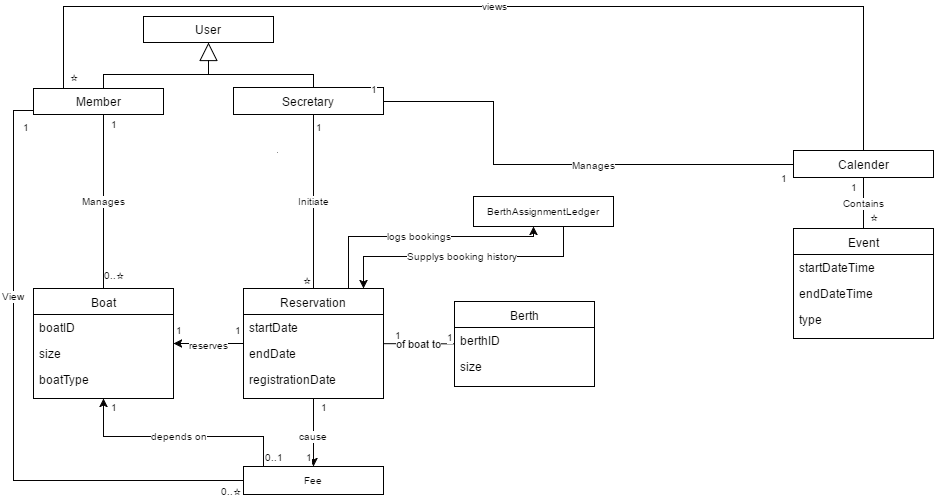
Above: workshop1/the happy pirate grade 2 final.png in Fredriko83/1dv607 (draw.io), before the change. Source tidied: cells renumbered, new cells last; positions are measured from the earlier drawing's top-left corner, leaving out a move shared by most shapes.
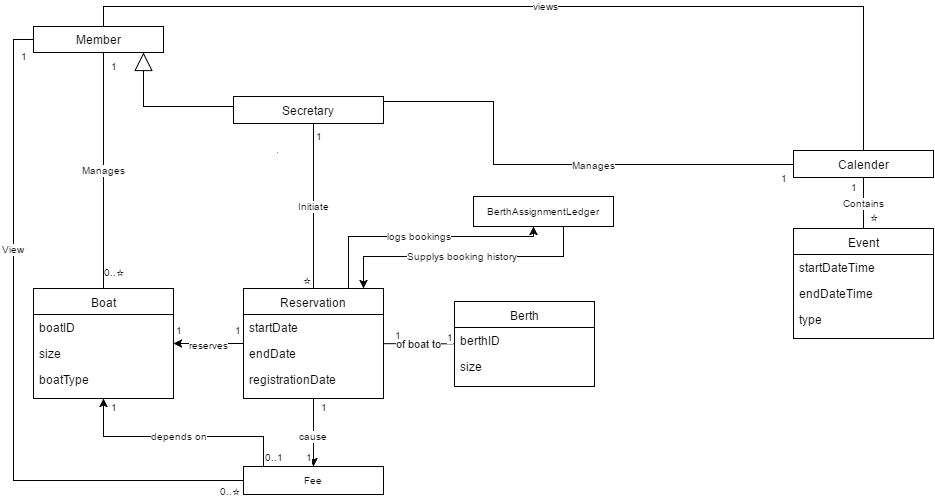
Later version of the same file.

Diff of the diagram source:
```diff
@@ -3,7 +3,7 @@
     <mxCell id="0" style="html=1;" />
     <mxCell id="1" style="html=1;" parent="0" />
     <mxCell id="2" value="Member" style="swimlane;html=1;fontStyle=0;horizontal=1;startSize=36;fillColor=none;swimlaneFillColor=#ffffff;" parent="1" vertex="1">
-      <mxGeometry x="20" y="82" width="130" height="26" as="geometry" />
+      <mxGeometry x="20" y="20" width="130" height="26" as="geometry" />
     </mxCell>
     <mxCell id="3" style="edgeStyle=orthogonalEdgeStyle;rounded=0;comic=0;html=1;startFill=0;endArrow=none;endFill=0;endSize=20;jettySize=auto;fontSize=10;" parent="1" edge="1" source="7" target="11">
       <mxGeometry x="-1426" y="165" as="geometry" />
@@ -36,11 +36,8 @@
     <mxCell id="11" value="Calender" style="swimlane;html=1;fontStyle=0;horizontal=1;startSize=27;fillColor=none;swimlaneFillColor=#ffffff;" parent="1" vertex="1">
       <mxGeometry x="780" y="144" width="140" height="27" as="geometry" />
     </mxCell>
-    <mxCell id="12" value="User" style="swimlane;html=1;fontStyle=0;horizontal=1;startSize=36;fillColor=none;swimlaneFillColor=#ffffff;" parent="1" vertex="1">
-      <mxGeometry x="130" y="10" width="130" height="26" as="geometry" />
-    </mxCell>
     <mxCell id="13" value="Secretary" style="swimlane;html=1;fontStyle=0;horizontal=1;startSize=35;fillColor=none;swimlaneFillColor=#ffffff;" parent="1" vertex="1">
-      <mxGeometry x="220" y="81" width="150" height="27" as="geometry" />
+      <mxGeometry x="220" y="90" width="150" height="27" as="geometry" />
     </mxCell>
     <mxCell id="14" style="edgeStyle=orthogonalEdgeStyle;rounded=0;comic=0;html=1;exitX=0.5;exitY=1;entryX=0.5;entryY=1;startFill=0;endArrow=none;endFill=0;endSize=20;jettySize=auto;orthogonalLoop=1;fontSize=10;" parent="1" edge="1">
       <mxGeometry x="-936" y="185.5" as="geometry">
@@ -70,38 +67,18 @@
     <mxCell id="18" value="views" style="edgeStyle=orthogonalEdgeStyle;rounded=0;comic=0;html=1;startArrow=none;startFill=0;endArrow=none;endFill=0;endSize=6;jettySize=auto;fontSize=10;" parent="1" edge="1" source="2" target="11">
       <mxGeometry relative="1" as="geometry">
         <Array as="points">
-          <mxPoint x="50" />
+          <mxPoint x="90" />
           <mxPoint x="850" />
         </Array>
       </mxGeometry>
     </mxCell>
-    <mxCell id="19" value="1" style="text;html=1;align=center;verticalAlign=middle;labelBackgroundColor=#ffffff;fontSize=10;" parent="18" vertex="1">
-      <mxGeometry x="-0.87" y="1" relative="1" as="geometry">
-        <mxPoint x="311" y="66" as="offset" />
-      </mxGeometry>
-    </mxCell>
-    <mxCell id="20" value="☆" style="text;html=1;align=center;verticalAlign=middle;labelBackgroundColor=#ffffff;fontSize=10;" parent="18" vertex="1">
-      <mxGeometry x="0.81" relative="1" as="geometry">
-        <mxPoint x="-790" y="21" as="offset" />
-      </mxGeometry>
-    </mxCell>
-    <mxCell id="21" style="endArrow=block;endSize=16;endFill=0;html=1;fontSize=10;exitX=0.5;exitY=0;edgeStyle=orthogonalEdgeStyle;rounded=0;" parent="1" edge="1" source="13" target="12">
+    <mxCell id="21" style="endArrow=block;endSize=16;endFill=0;html=1;fontSize=10;edgeStyle=orthogonalEdgeStyle;rounded=0;" parent="1" edge="1" source="13" target="2">
       <mxGeometry x="0.42" relative="1" as="geometry">
         <Array as="points">
-          <mxPoint x="300" y="81" />
-          <mxPoint x="300" y="68" />
-          <mxPoint x="195" y="68" />
+          <mxPoint x="130" y="100" />
         </Array>
       </mxGeometry>
     </mxCell>
-    <mxCell id="22" style="edgeStyle=orthogonalEdgeStyle;rounded=0;comic=0;html=1;startArrow=none;startFill=0;endArrow=none;endFill=0;endSize=6;jettySize=auto;fontSize=10;exitX=0.5;exitY=0;" parent="1" edge="1" source="2">
-      <mxGeometry relative="1" as="geometry">
-        <mxPoint x="200" y="68" as="targetPoint" />
-        <Array as="points">
-          <mxPoint x="90" y="68" />
-        </Array>
-      </mxGeometry>
-    </mxCell>
     <mxCell id="23" value="Boat" style="swimlane;html=1;fontStyle=0;horizontal=1;startSize=26;fillColor=#ffffff;swimlaneFillColor=#ffffff;strokeColor=#000000;" parent="1" vertex="1">
       <mxGeometry x="20" y="282" width="140" height="110" as="geometry" />
     </mxCell>
@@ -196,8 +173,8 @@
     <mxCell id="47" value="Initiate" style="endArrow=none;html=1;edgeStyle=orthogonalEdgeStyle;strokeColor=#050202;fontSize=10;" parent="1" edge="1" source="13" target="40">
       <mxGeometry relative="1" as="geometry">
         <Array as="points">
-          <mxPoint x="300" y="224" />
-          <mxPoint x="300" y="224" />
+          <mxPoint x="300" y="130" />
+          <mxPoint x="300" y="130" />
         </Array>
       </mxGeometry>
     </mxCell>
@@ -233,7 +210,7 @@
     <mxCell id="54" value="View" style="edgeStyle=orthogonalEdgeStyle;rounded=0;comic=0;html=1;startArrow=none;startFill=0;endArrow=none;endFill=0;endSize=6;jettySize=auto;strokeColor=#050202;fontSize=10;" parent="1" edge="1" source="2" target="50">
       <mxGeometry x="-0.34" relative="1" as="geometry">
         <Array as="points">
-          <mxPoint y="104" />
+          <mxPoint y="33" />
           <mxPoint y="474" />
         </Array>
       </mxGeometry>
```
